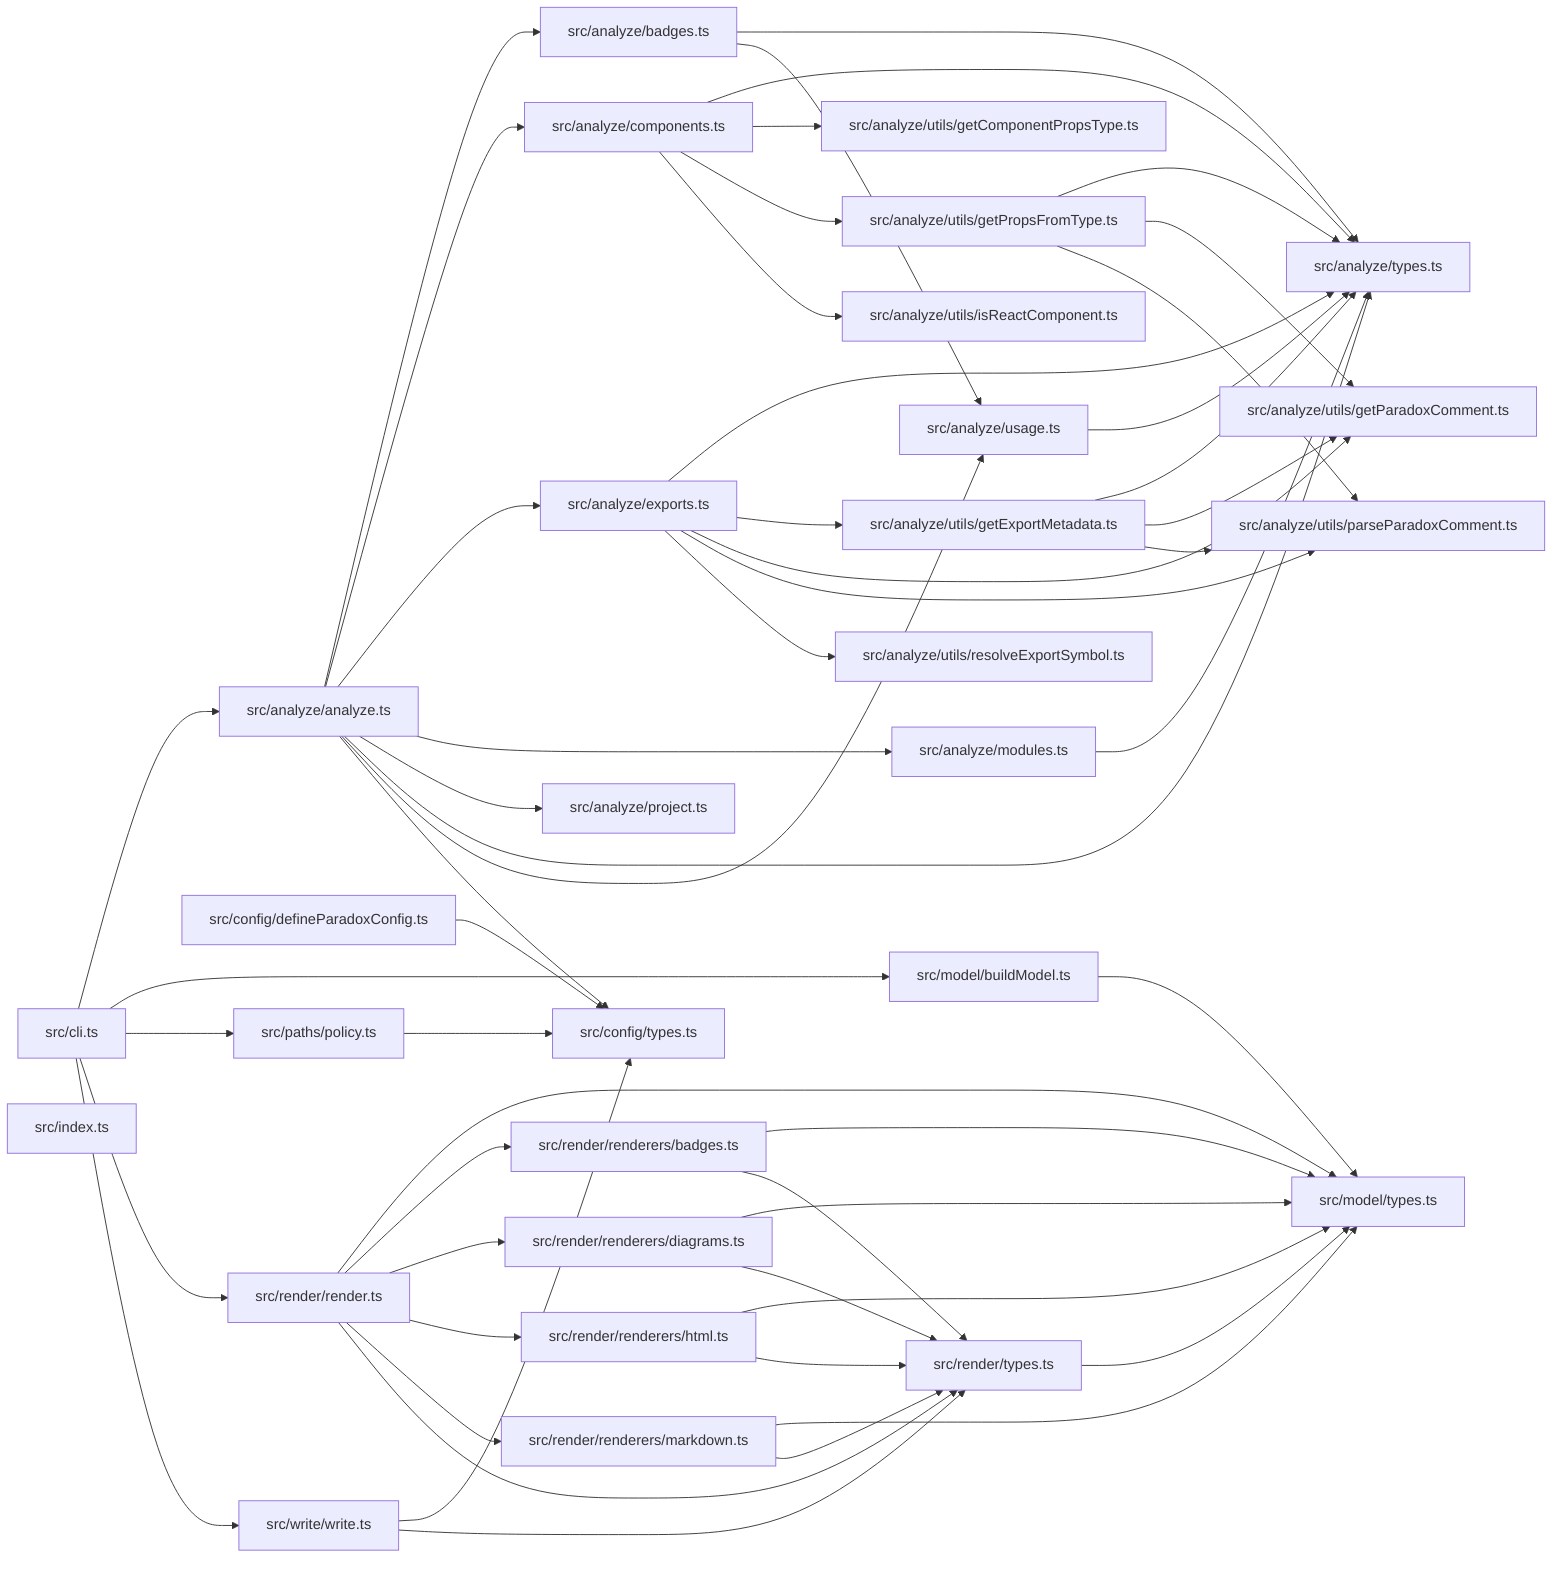
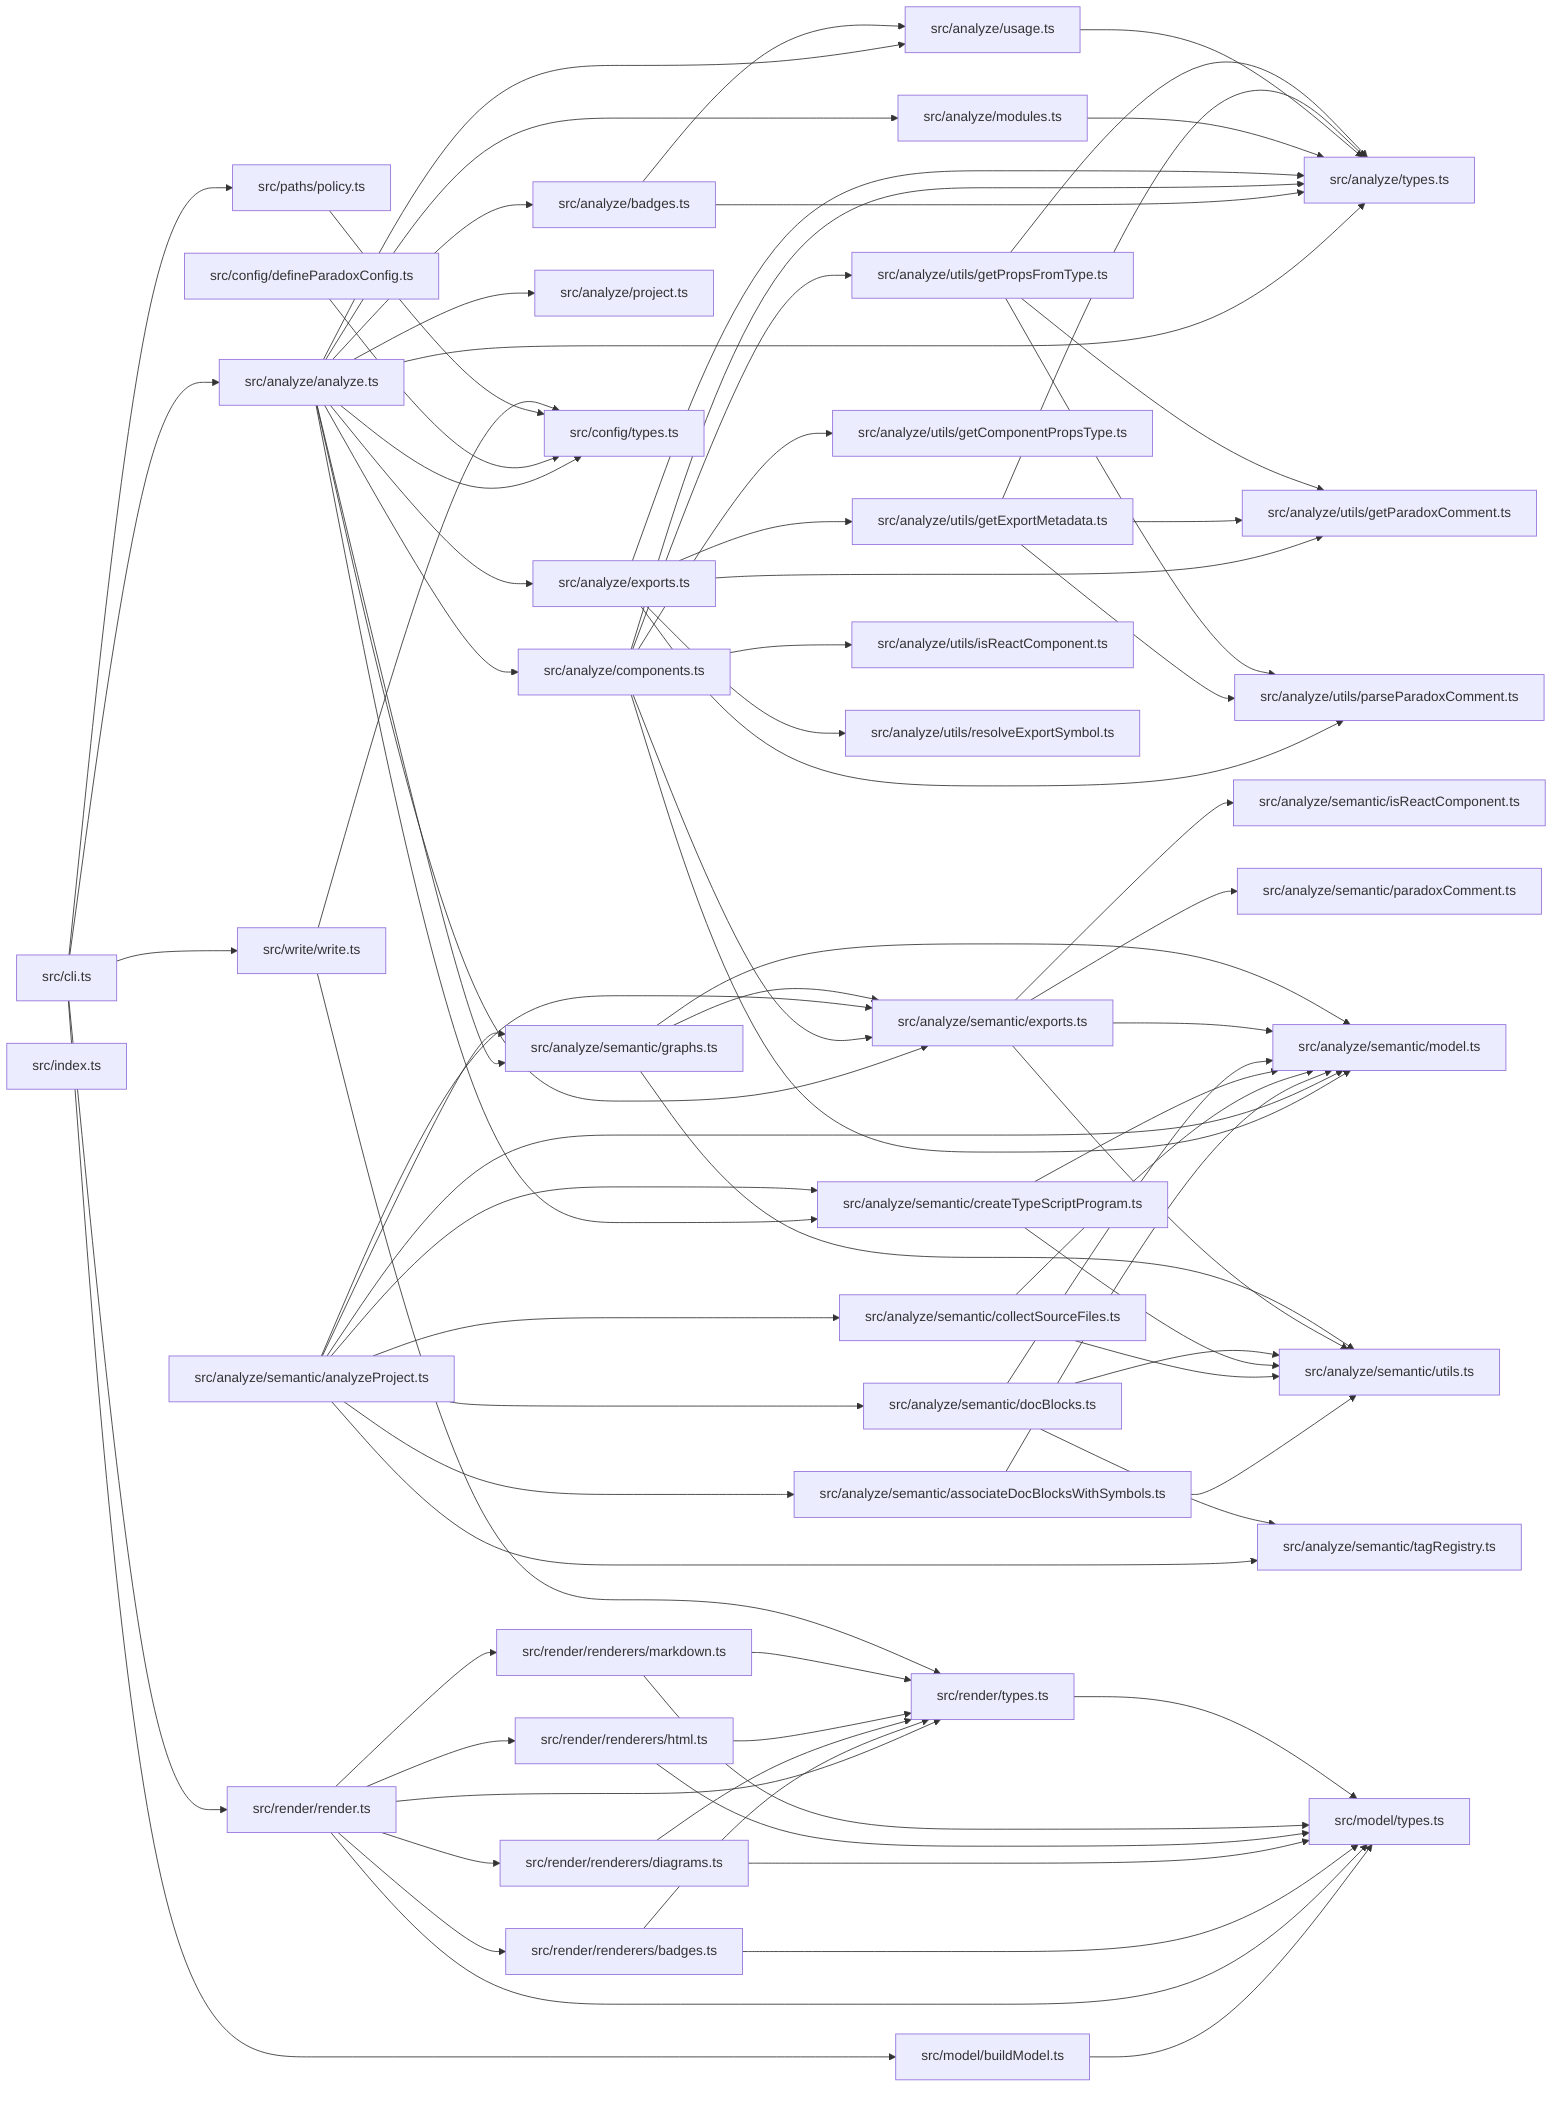
graph LR
  module_src_analyze_analyze_ts["src/analyze/analyze.ts"]
  module_src_analyze_badges_ts["src/analyze/badges.ts"]
  module_src_analyze_components_ts["src/analyze/components.ts"]
  module_src_analyze_exports_ts["src/analyze/exports.ts"]
  module_src_analyze_modules_ts["src/analyze/modules.ts"]
  module_src_analyze_project_ts["src/analyze/project.ts"]
+   module_src_analyze_semantic_analyzeProject_ts["src/analyze/semantic/analyzeProject.ts"]
+   module_src_analyze_semantic_associateDocBlocksWithSymbols_ts["src/analyze/semantic/associateDocBlocksWithSymbols.ts"]
+   module_src_analyze_semantic_collectSourceFiles_ts["src/analyze/semantic/collectSourceFiles.ts"]
+   module_src_analyze_semantic_createTypeScriptProgram_ts["src/analyze/semantic/createTypeScriptProgram.ts"]
+   module_src_analyze_semantic_docBlocks_ts["src/analyze/semantic/docBlocks.ts"]
+   module_src_analyze_semantic_exports_ts["src/analyze/semantic/exports.ts"]
+   module_src_analyze_semantic_graphs_ts["src/analyze/semantic/graphs.ts"]
+   module_src_analyze_semantic_isReactComponent_ts["src/analyze/semantic/isReactComponent.ts"]
+   module_src_analyze_semantic_model_ts["src/analyze/semantic/model.ts"]
+   module_src_analyze_semantic_paradoxComment_ts["src/analyze/semantic/paradoxComment.ts"]
+   module_src_analyze_semantic_tagRegistry_ts["src/analyze/semantic/tagRegistry.ts"]
+   module_src_analyze_semantic_utils_ts["src/analyze/semantic/utils.ts"]
  module_src_analyze_types_ts["src/analyze/types.ts"]
  module_src_analyze_usage_ts["src/analyze/usage.ts"]
  module_src_analyze_utils_getComponentPropsType_ts["src/analyze/utils/getComponentPropsType.ts"]
  module_src_analyze_utils_getExportMetadata_ts["src/analyze/utils/getExportMetadata.ts"]
  module_src_analyze_utils_getParadoxComment_ts["src/analyze/utils/getParadoxComment.ts"]
  module_src_analyze_utils_getPropsFromType_ts["src/analyze/utils/getPropsFromType.ts"]
  module_src_analyze_utils_isReactComponent_ts["src/analyze/utils/isReactComponent.ts"]
  module_src_analyze_utils_parseParadoxComment_ts["src/analyze/utils/parseParadoxComment.ts"]
  module_src_analyze_utils_resolveExportSymbol_ts["src/analyze/utils/resolveExportSymbol.ts"]
  module_src_cli_ts["src/cli.ts"]
  module_src_config_defineParadoxConfig_ts["src/config/defineParadoxConfig.ts"]
  module_src_config_types_ts["src/config/types.ts"]
  module_src_index_ts["src/index.ts"]
  module_src_model_buildModel_ts["src/model/buildModel.ts"]
  module_src_model_types_ts["src/model/types.ts"]
  module_src_paths_policy_ts["src/paths/policy.ts"]
  module_src_render_render_ts["src/render/render.ts"]
  module_src_render_renderers_badges_ts["src/render/renderers/badges.ts"]
  module_src_render_renderers_diagrams_ts["src/render/renderers/diagrams.ts"]
  module_src_render_renderers_html_ts["src/render/renderers/html.ts"]
  module_src_render_renderers_markdown_ts["src/render/renderers/markdown.ts"]
  module_src_render_types_ts["src/render/types.ts"]
  module_src_write_write_ts["src/write/write.ts"]
  module_src_analyze_analyze_ts --> module_src_analyze_badges_ts
  module_src_analyze_analyze_ts --> module_src_analyze_components_ts
  module_src_analyze_analyze_ts --> module_src_analyze_exports_ts
  module_src_analyze_analyze_ts --> module_src_analyze_modules_ts
  module_src_analyze_analyze_ts --> module_src_analyze_project_ts
+   module_src_analyze_analyze_ts --> module_src_analyze_semantic_createTypeScriptProgram_ts
+   module_src_analyze_analyze_ts --> module_src_analyze_semantic_exports_ts
+   module_src_analyze_analyze_ts --> module_src_analyze_semantic_graphs_ts
  module_src_analyze_analyze_ts --> module_src_analyze_types_ts
  module_src_analyze_analyze_ts --> module_src_analyze_usage_ts
  module_src_analyze_analyze_ts --> module_src_config_types_ts
  module_src_analyze_badges_ts --> module_src_analyze_types_ts
  module_src_analyze_badges_ts --> module_src_analyze_usage_ts
+   module_src_analyze_components_ts --> module_src_analyze_semantic_exports_ts
+   module_src_analyze_components_ts --> module_src_analyze_semantic_model_ts
  module_src_analyze_components_ts --> module_src_analyze_types_ts
  module_src_analyze_components_ts --> module_src_analyze_utils_getComponentPropsType_ts
  module_src_analyze_components_ts --> module_src_analyze_utils_getPropsFromType_ts
  module_src_analyze_components_ts --> module_src_analyze_utils_isReactComponent_ts
  module_src_analyze_exports_ts --> module_src_analyze_types_ts
  module_src_analyze_exports_ts --> module_src_analyze_utils_getExportMetadata_ts
  module_src_analyze_exports_ts --> module_src_analyze_utils_getParadoxComment_ts
  module_src_analyze_exports_ts --> module_src_analyze_utils_parseParadoxComment_ts
  module_src_analyze_exports_ts --> module_src_analyze_utils_resolveExportSymbol_ts
  module_src_analyze_modules_ts --> module_src_analyze_types_ts
+   module_src_analyze_semantic_analyzeProject_ts --> module_src_analyze_semantic_associateDocBlocksWithSymbols_ts
+   module_src_analyze_semantic_analyzeProject_ts --> module_src_analyze_semantic_collectSourceFiles_ts
+   module_src_analyze_semantic_analyzeProject_ts --> module_src_analyze_semantic_createTypeScriptProgram_ts
+   module_src_analyze_semantic_analyzeProject_ts --> module_src_analyze_semantic_docBlocks_ts
+   module_src_analyze_semantic_analyzeProject_ts --> module_src_analyze_semantic_exports_ts
+   module_src_analyze_semantic_analyzeProject_ts --> module_src_analyze_semantic_graphs_ts
+   module_src_analyze_semantic_analyzeProject_ts --> module_src_analyze_semantic_model_ts
+   module_src_analyze_semantic_analyzeProject_ts --> module_src_analyze_semantic_tagRegistry_ts
+   module_src_analyze_semantic_associateDocBlocksWithSymbols_ts --> module_src_analyze_semantic_model_ts
+   module_src_analyze_semantic_associateDocBlocksWithSymbols_ts --> module_src_analyze_semantic_utils_ts
+   module_src_analyze_semantic_collectSourceFiles_ts --> module_src_analyze_semantic_model_ts
+   module_src_analyze_semantic_collectSourceFiles_ts --> module_src_analyze_semantic_utils_ts
+   module_src_analyze_semantic_createTypeScriptProgram_ts --> module_src_analyze_semantic_model_ts
+   module_src_analyze_semantic_createTypeScriptProgram_ts --> module_src_analyze_semantic_utils_ts
+   module_src_analyze_semantic_docBlocks_ts --> module_src_analyze_semantic_model_ts
+   module_src_analyze_semantic_docBlocks_ts --> module_src_analyze_semantic_tagRegistry_ts
+   module_src_analyze_semantic_docBlocks_ts --> module_src_analyze_semantic_utils_ts
+   module_src_analyze_semantic_exports_ts --> module_src_analyze_semantic_isReactComponent_ts
+   module_src_analyze_semantic_exports_ts --> module_src_analyze_semantic_model_ts
+   module_src_analyze_semantic_exports_ts --> module_src_analyze_semantic_paradoxComment_ts
+   module_src_analyze_semantic_exports_ts --> module_src_analyze_semantic_utils_ts
+   module_src_analyze_semantic_graphs_ts --> module_src_analyze_semantic_exports_ts
+   module_src_analyze_semantic_graphs_ts --> module_src_analyze_semantic_model_ts
+   module_src_analyze_semantic_graphs_ts --> module_src_analyze_semantic_utils_ts
  module_src_analyze_usage_ts --> module_src_analyze_types_ts
  module_src_analyze_utils_getExportMetadata_ts --> module_src_analyze_types_ts
  module_src_analyze_utils_getExportMetadata_ts --> module_src_analyze_utils_getParadoxComment_ts
  module_src_analyze_utils_getExportMetadata_ts --> module_src_analyze_utils_parseParadoxComment_ts
  module_src_analyze_utils_getPropsFromType_ts --> module_src_analyze_types_ts
  module_src_analyze_utils_getPropsFromType_ts --> module_src_analyze_utils_getParadoxComment_ts
  module_src_analyze_utils_getPropsFromType_ts --> module_src_analyze_utils_parseParadoxComment_ts
  module_src_cli_ts --> module_src_analyze_analyze_ts
  module_src_cli_ts --> module_src_model_buildModel_ts
  module_src_cli_ts --> module_src_paths_policy_ts
  module_src_cli_ts --> module_src_render_render_ts
  module_src_cli_ts --> module_src_write_write_ts
  module_src_config_defineParadoxConfig_ts --> module_src_config_types_ts
  module_src_model_buildModel_ts --> module_src_model_types_ts
  module_src_paths_policy_ts --> module_src_config_types_ts
  module_src_render_render_ts --> module_src_model_types_ts
  module_src_render_render_ts --> module_src_render_renderers_badges_ts
  module_src_render_render_ts --> module_src_render_renderers_diagrams_ts
  module_src_render_render_ts --> module_src_render_renderers_html_ts
  module_src_render_render_ts --> module_src_render_renderers_markdown_ts
  module_src_render_render_ts --> module_src_render_types_ts
  module_src_render_renderers_badges_ts --> module_src_model_types_ts
  module_src_render_renderers_badges_ts --> module_src_render_types_ts
  module_src_render_renderers_diagrams_ts --> module_src_model_types_ts
  module_src_render_renderers_diagrams_ts --> module_src_render_types_ts
  module_src_render_renderers_html_ts --> module_src_model_types_ts
  module_src_render_renderers_html_ts --> module_src_render_types_ts
  module_src_render_renderers_markdown_ts --> module_src_model_types_ts
  module_src_render_renderers_markdown_ts --> module_src_render_types_ts
  module_src_render_types_ts --> module_src_model_types_ts
  module_src_write_write_ts --> module_src_config_types_ts
  module_src_write_write_ts --> module_src_render_types_ts
